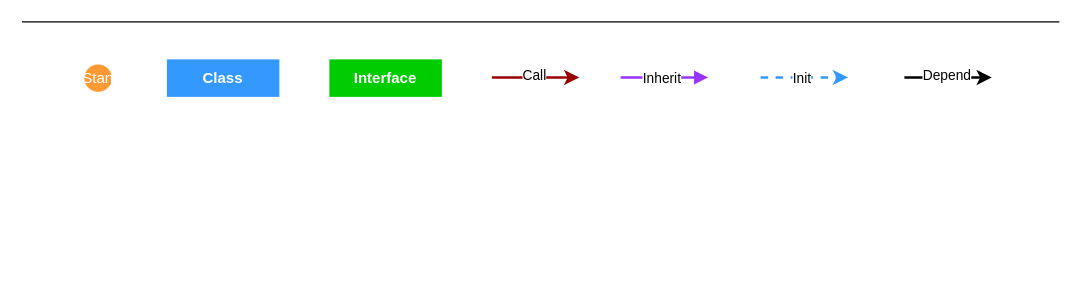
Before: reader/Untitled Diagram.drawio in Y-lenny/Activiti, a draw.io diagram. Source tidied: cells renumbered, new cells numbered last; positions are measured from the earlier drawing's top-left corner, leaving out a move shared by most shapes. Both pictures are drawn from the tidied source at 125%, with x=0, y=0 at pixel (21, 21).
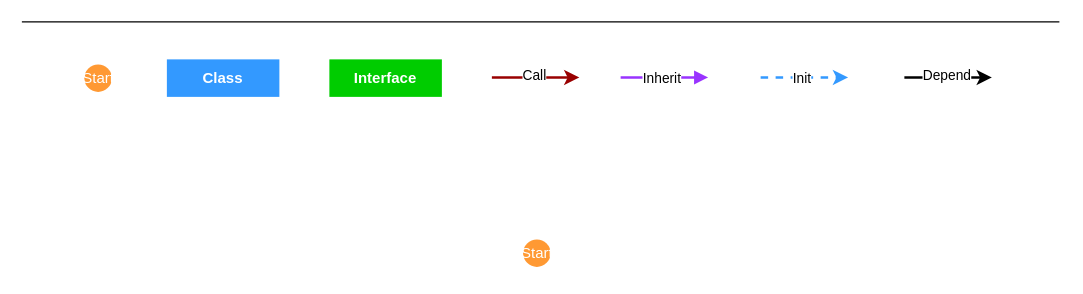
Above is the later version.

The edit, as a diff of the source:
```diff
@@
+    <mxCell id="14" value="Start" style="ellipse;html=1;shape=startState;strokeColor=none;fillColor=#FF9933;fontColor=#FFFFFF;" parent="1" vertex="1">
+      <mxGeometry x="397" y="170" width="30" height="30" as="geometry" />
+    </mxCell>
```
